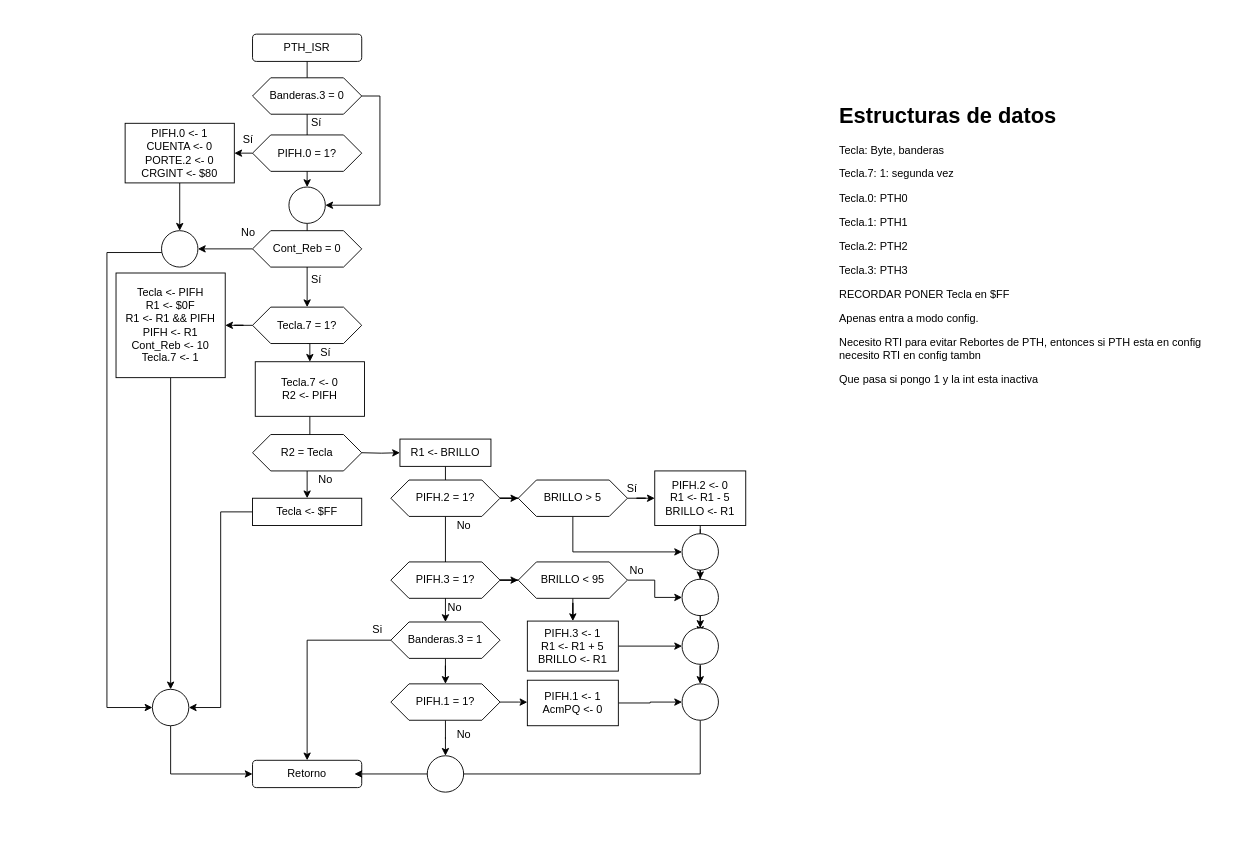
Above: Tarea 5/PTH_ISR.drawio in robz25/Microprocesadores (draw.io), before the change. Source tidied: cells renumbered, new cells numbered last; positions are measured from the earlier drawing's top-left corner, leaving out a move shared by most shapes. Both pictures are drawn from the tidied source at 91%, with x=0, y=0 at pixel (106, 34).
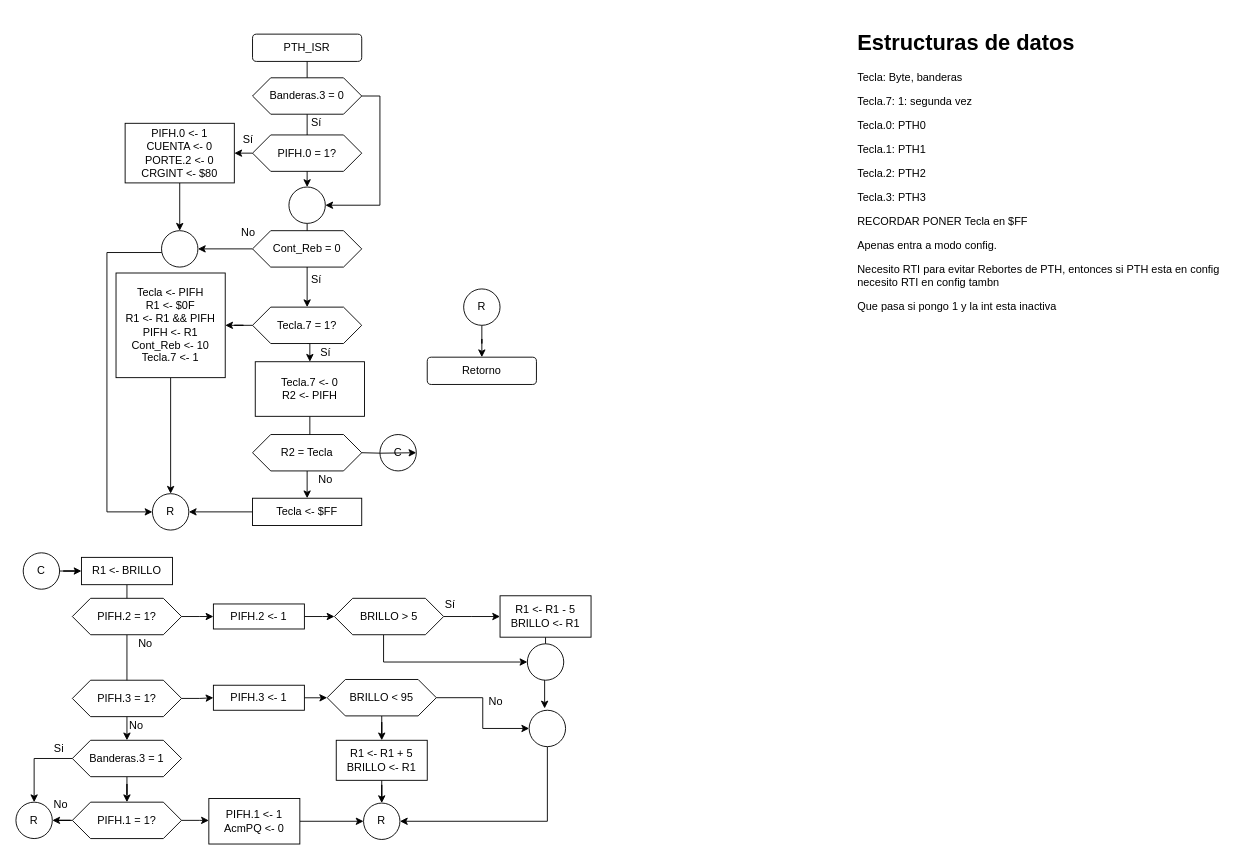
After the change.

The change refers to these unchanged cells:
```xml
<mxCell id="71" style="ellipse;whiteSpace=wrap;html=1;" parent="1" vertex="1">
  <mxGeometry x="60" y="216" width="40" height="40" as="geometry" />
</mxCell>
```

Diff of the diagram source:
```diff
@@
     <mxCell id="4" style="edgeStyle=orthogonalEdgeStyle;rounded=0;jettySize=auto;html=1;" parent="1" edge="1" source="6">
       <mxGeometry relative="1" as="geometry">
-        <mxPoint x="462" y="734.1" as="targetPoint" />
+        <mxPoint x="112" y="864.1" as="targetPoint" />
       </mxGeometry>
     </mxCell>
-    <mxCell id="5" style="edgeStyle=orthogonalEdgeStyle;rounded=0;jettySize=auto;html=1;" parent="1" edge="1" source="6" target="69">
-      <mxGeometry relative="1" as="geometry" />
-    </mxCell>
+    <mxCell id="78" style="edgeStyle=orthogonalEdgeStyle;rounded=0;jettySize=auto;html=1;" parent="1" edge="1" source="6" target="87">
+      <mxGeometry relative="1" as="geometry" />
+    </mxCell>
     <mxCell id="6" value="PIFH.1 = 1?" style="shape=hexagon;perimeter=hexagonPerimeter2;whiteSpace=wrap;html=1;fixedSize=1;" parent="1" vertex="1">
-      <mxGeometry x="312" y="714" width="120" height="40" as="geometry" />
+      <mxGeometry x="-38" y="844" width="120" height="40" as="geometry" />
     </mxCell>
@@
-    <mxCell id="8" style="edgeStyle=orthogonalEdgeStyle;rounded=0;jettySize=auto;html=1;" parent="1" edge="1" source="9" target="57">
+    <mxCell id="8" style="edgeStyle=orthogonalEdgeStyle;rounded=0;jettySize=auto;html=1;" parent="1" edge="1" source="83" target="57">
       <mxGeometry relative="1" as="geometry" />
     </mxCell>
     <mxCell id="9" value="PIFH.3 = 1?" style="shape=hexagon;perimeter=hexagonPerimeter2;whiteSpace=wrap;html=1;fixedSize=1;" parent="1" vertex="1">
-      <mxGeometry x="312" y="580" width="120" height="40" as="geometry" />
+      <mxGeometry x="-38" y="710" width="120" height="40" as="geometry" />
     </mxCell>
@@
     <mxCell id="12" value="Retorno" style="rounded=1;whiteSpace=wrap;html=1;" parent="1" vertex="1">
-      <mxGeometry x="160" y="798" width="120" height="30" as="geometry" />
+      <mxGeometry x="352" y="355" width="120" height="30" as="geometry" />
     </mxCell>
@@
-    <mxCell id="15" style="edgeStyle=orthogonalEdgeStyle;rounded=0;jettySize=auto;html=1;" parent="1" edge="1" source="33" target="43">
-      <mxGeometry relative="1" as="geometry" />
-    </mxCell>
     <mxCell id="16" value="&lt;h1&gt;Estructuras de datos&lt;br&gt;&lt;/h1&gt;&lt;p&gt;Tecla: Byte, banderas&lt;/p&gt;&lt;p&gt;Tecla.7: 1: segunda vez&lt;/p&gt;&lt;p&gt;Tecla.0: PTH0&lt;/p&gt;&lt;p&gt;Tecla.1: PTH1&lt;/p&gt;&lt;p&gt;Tecla.2: PTH2&lt;/p&gt;&lt;p&gt;Tecla.3: PTH3&lt;/p&gt;&lt;p&gt;RECORDAR PONER Tecla en $FF&lt;/p&gt;&lt;p&gt;Apenas entra a modo config.&lt;/p&gt;&lt;p&gt;Necesito RTI para evitar Rebortes de PTH, entonces si PTH esta en config necesito RTI en config tambn&lt;br&gt;&lt;/p&gt;&lt;p&gt;Que pasa si pongo 1 y la int esta inactiva&lt;br&gt;&lt;/p&gt;" style="text;html=1;strokeColor=none;fillColor=none;spacing=5;spacingTop=-20;whiteSpace=wrap;overflow=hidden;rounded=0;" parent="1" vertex="1">
-      <mxGeometry x="800" y="70" width="420" height="325" as="geometry" />
+      <mxGeometry x="820" y="-10" width="420" height="325" as="geometry" />
     </mxCell>
@@
-    <mxCell id="23" style="edgeStyle=orthogonalEdgeStyle;rounded=0;jettySize=auto;html=1;entryX=0;entryY=0.5;entryDx=0;entryDy=0;" parent="1" edge="1" source="24" target="12">
-      <mxGeometry relative="1" as="geometry">
-        <Array as="points">
-          <mxPoint x="70" y="813" />
-        </Array>
-      </mxGeometry>
-    </mxCell>
-    <mxCell id="24" style="ellipse;whiteSpace=wrap;html=1;" parent="1" vertex="1">
-      <mxGeometry x="50" y="720" width="40" height="40" as="geometry" />
+    <mxCell id="24" value="R" style="ellipse;whiteSpace=wrap;html=1;" parent="1" vertex="1">
+      <mxGeometry x="50" y="505" width="40" height="40" as="geometry" />
     </mxCell>
     <mxCell id="25" style="edgeStyle=orthogonalEdgeStyle;rounded=0;jettySize=auto;html=1;entryX=0;entryY=0.5;entryDx=0;entryDy=0;" parent="1" edge="1" source="71" target="24">
       <mxGeometry relative="1" as="geometry">
         <Array as="points">
           <mxPoint y="240" />
-          <mxPoint y="740" />
+          <mxPoint y="525" />
         </Array>
       </mxGeometry>
     </mxCell>
@@
+    <mxCell id="79" style="edgeStyle=orthogonalEdgeStyle;rounded=0;jettySize=auto;html=1;" parent="1" edge="1" source="33" target="61">
+      <mxGeometry relative="1" as="geometry" />
+    </mxCell>
     <mxCell id="33" value="&lt;div&gt;PIFH.1 &amp;lt;- 1&lt;/div&gt;&lt;div&gt;AcmPQ &amp;lt;- 0&lt;/div&gt;" style="rounded=0;whiteSpace=wrap;html=1;gradientColor=#ffffff;" parent="1" vertex="1">
-      <mxGeometry x="462" y="710" width="100" height="50" as="geometry" />
+      <mxGeometry x="112" y="840" width="100" height="50" as="geometry" />
     </mxCell>
-    <mxCell id="34" style="edgeStyle=orthogonalEdgeStyle;rounded=0;jettySize=auto;html=1;" parent="1" edge="1" source="36" target="12">
-      <mxGeometry relative="1" as="geometry" />
-    </mxCell>
@@
     <mxCell id="36" value="Banderas.3 = 1" style="shape=hexagon;perimeter=hexagonPerimeter2;whiteSpace=wrap;html=1;fixedSize=1;" parent="1" vertex="1">
-      <mxGeometry x="312" y="646" width="120" height="40" as="geometry" />
+      <mxGeometry x="-38" y="776" width="120" height="40" as="geometry" />
     </mxCell>
-    <mxCell id="37" style="edgeStyle=orthogonalEdgeStyle;rounded=0;jettySize=auto;html=1;" parent="1" edge="1" source="62" target="61">
-      <mxGeometry relative="1" as="geometry" />
-    </mxCell>
     <mxCell id="38" value="No" style="text;html=1;align=center;verticalAlign=middle;points=[];" parent="1" vertex="1">
-      <mxGeometry x="377" y="530" width="30" height="20" as="geometry" />
+      <mxGeometry x="27" y="660" width="30" height="20" as="geometry" />
     </mxCell>
     <mxCell id="39" value="No" style="text;html=1;align=center;verticalAlign=middle;" parent="1" vertex="1">
-      <mxGeometry x="367" y="620" width="30" height="20" as="geometry" />
+      <mxGeometry x="17" y="750" width="30" height="20" as="geometry" />
     </mxCell>
     <mxCell id="40" value="Si" style="text;html=1;align=center;verticalAlign=middle;" parent="1" vertex="1">
-      <mxGeometry x="282" y="645" width="30" height="20" as="geometry" />
+      <mxGeometry x="-68" y="775" width="30" height="20" as="geometry" />
     </mxCell>
     <mxCell id="41" value="No" style="text;html=1;align=center;verticalAlign=middle;" parent="1" vertex="1">
-      <mxGeometry x="377" y="760" width="30" height="20" as="geometry" />
+      <mxGeometry x="-66" y="836.5" width="30" height="20" as="geometry" />
     </mxCell>
-    <mxCell id="42" style="edgeStyle=orthogonalEdgeStyle;rounded=0;jettySize=auto;html=1;entryX=1;entryY=0.5;entryDx=0;entryDy=0;" parent="1" edge="1" source="43">
-      <mxGeometry relative="1" as="geometry">
-        <mxPoint x="272" y="813" as="targetPoint" />
-        <Array as="points">
-          <mxPoint x="652" y="813" />
-        </Array>
-      </mxGeometry>
-    </mxCell>
-    <mxCell id="43" style="ellipse;whiteSpace=wrap;html=1;" parent="1" vertex="1">
-      <mxGeometry x="632" y="714" width="40" height="40" as="geometry" />
-    </mxCell>
@@
-    <mxCell id="45" value="R1 &amp;lt;- BRILLO" style="rounded=0;whiteSpace=wrap;html=1;gradientColor=#ffffff;" parent="1" vertex="1">
-      <mxGeometry x="322" y="445" width="100" height="30" as="geometry" />
-    </mxCell>
-    <mxCell id="46" style="edgeStyle=orthogonalEdgeStyle;rounded=0;jettySize=auto;html=1;" parent="1" edge="1" target="45">
-      <mxGeometry relative="1" as="geometry">
-        <mxPoint x="280" y="460" as="sourcePoint" />
-      </mxGeometry>
-    </mxCell>
-    <mxCell id="47" style="edgeStyle=orthogonalEdgeStyle;rounded=0;jettySize=auto;html=1;" parent="1" edge="1" source="48" target="51">
+    <mxCell id="47" style="edgeStyle=orthogonalEdgeStyle;rounded=0;jettySize=auto;html=1;" parent="1" edge="1" source="81" target="51">
       <mxGeometry relative="1" as="geometry" />
     </mxCell>
     <mxCell id="48" value="PIFH.2 = 1?" style="shape=hexagon;perimeter=hexagonPerimeter2;whiteSpace=wrap;html=1;fixedSize=1;" parent="1" vertex="1">
-      <mxGeometry x="312" y="490" width="120" height="40" as="geometry" />
+      <mxGeometry x="-38" y="620" width="120" height="40" as="geometry" />
     </mxCell>
@@
     <mxCell id="50" style="edgeStyle=orthogonalEdgeStyle;rounded=0;jettySize=auto;html=1;entryX=0;entryY=0.5;entryDx=0;entryDy=0;" parent="1" edge="1" source="51" target="62">
       <mxGeometry relative="1" as="geometry">
         <Array as="points">
-          <mxPoint x="512" y="569" />
+          <mxPoint x="304" y="690" />
         </Array>
       </mxGeometry>
     </mxCell>
     <mxCell id="51" value="BRILLO &amp;gt; 5" style="shape=hexagon;perimeter=hexagonPerimeter2;whiteSpace=wrap;html=1;fixedSize=1;" parent="1" vertex="1">
-      <mxGeometry x="452" y="490" width="120" height="40" as="geometry" />
+      <mxGeometry x="250" y="620" width="120" height="40" as="geometry" />
     </mxCell>
-    <mxCell id="52" style="edgeStyle=orthogonalEdgeStyle;rounded=0;orthogonalLoop=1;jettySize=auto;html=1;" parent="1" edge="1">
-      <mxGeometry relative="1" as="geometry">
-        <mxPoint x="652" y="544" as="sourcePoint" />
-        <mxPoint x="652" y="659" as="targetPoint" />
-      </mxGeometry>
-    </mxCell>
-    <mxCell id="53" style="edgeStyle=orthogonalEdgeStyle;rounded=0;jettySize=auto;html=1;" parent="1" edge="1" source="54" target="63">
+    <mxCell id="53" style="edgeStyle=orthogonalEdgeStyle;rounded=0;jettySize=auto;html=1;entryX=0.425;entryY=-0.05;entryDx=0;entryDy=0;entryPerimeter=0;" parent="1" edge="1" source="54" target="63">
       <mxGeometry relative="1" as="geometry" />
     </mxCell>
-    <mxCell id="54" value="&lt;div&gt;PIFH.2 &amp;lt;- 0&lt;br&gt;&lt;/div&gt;&lt;div&gt;R1 &amp;lt;- R1 - 5&lt;/div&gt;&lt;div&gt;BRILLO &amp;lt;- R1&lt;br&gt;&lt;/div&gt;" style="rounded=0;whiteSpace=wrap;html=1;gradientColor=#ffffff;" parent="1" vertex="1">
-      <mxGeometry x="602" y="480" width="100" height="60" as="geometry" />
+    <mxCell id="54" value="&lt;div&gt;R1 &amp;lt;- R1 - 5&lt;/div&gt;&lt;div&gt;BRILLO &amp;lt;- R1&lt;br&gt;&lt;/div&gt;" style="rounded=0;whiteSpace=wrap;html=1;gradientColor=#ffffff;" parent="1" vertex="1">
+      <mxGeometry x="432" y="617.2" width="100" height="45.5" as="geometry" />
     </mxCell>
@@
     <mxCell id="57" value="BRILLO &amp;lt; 95" style="shape=hexagon;perimeter=hexagonPerimeter2;whiteSpace=wrap;html=1;fixedSize=1;" parent="1" vertex="1">
-      <mxGeometry x="452" y="580" width="120" height="40" as="geometry" />
+      <mxGeometry x="242" y="709.2" width="120" height="40" as="geometry" />
     </mxCell>
@@
-    <mxCell id="59" value="&lt;div&gt;PIFH.3 &amp;lt;- 1&lt;br&gt;&lt;/div&gt;&lt;div&gt;R1 &amp;lt;- R1 + 5&lt;/div&gt;&lt;div&gt;BRILLO &amp;lt;- R1&lt;br&gt;&lt;/div&gt;" style="rounded=0;whiteSpace=wrap;html=1;gradientColor=#ffffff;" parent="1" vertex="1">
-      <mxGeometry x="462" y="645" width="100" height="55" as="geometry" />
+    <mxCell id="59" value="&lt;div&gt;R1 &amp;lt;- R1 + 5&lt;/div&gt;&lt;div&gt;BRILLO &amp;lt;- R1&lt;br&gt;&lt;/div&gt;" style="rounded=0;whiteSpace=wrap;html=1;gradientColor=#ffffff;" parent="1" vertex="1">
+      <mxGeometry x="252" y="776" width="100" height="44" as="geometry" />
     </mxCell>
-    <mxCell id="60" style="edgeStyle=orthogonalEdgeStyle;rounded=0;jettySize=auto;html=1;" parent="1" edge="1" source="61" target="43">
-      <mxGeometry relative="1" as="geometry" />
-    </mxCell>
-    <mxCell id="61" style="ellipse;whiteSpace=wrap;html=1;" parent="1" vertex="1">
-      <mxGeometry x="632" y="652.5" width="40" height="40" as="geometry" />
+    <mxCell id="61" value="R" style="ellipse;whiteSpace=wrap;html=1;" parent="1" vertex="1">
+      <mxGeometry x="282" y="845" width="40" height="40" as="geometry" />
     </mxCell>
-    <mxCell id="62" style="ellipse;whiteSpace=wrap;html=1;" parent="1" vertex="1">
-      <mxGeometry x="632" y="549" width="40" height="40" as="geometry" />
-    </mxCell>
+    <mxCell id="80" style="edgeStyle=orthogonalEdgeStyle;rounded=0;jettySize=auto;html=1;entryX=1;entryY=0.5;entryDx=0;entryDy=0;" parent="1" edge="1" source="63" target="61">
+      <mxGeometry relative="1" as="geometry">
+        <Array as="points">
+          <mxPoint x="484" y="865" />
+        </Array>
+      </mxGeometry>
+    </mxCell>
     <mxCell id="63" style="ellipse;whiteSpace=wrap;html=1;" parent="1" vertex="1">
-      <mxGeometry x="632" y="599" width="40" height="40" as="geometry" />
+      <mxGeometry x="464" y="743" width="40" height="40" as="geometry" />
     </mxCell>
     <mxCell id="64" value="No" style="text;html=1;align=center;verticalAlign=middle;" parent="1" vertex="1">
-      <mxGeometry x="567" y="580" width="30" height="20" as="geometry" />
+      <mxGeometry x="412" y="724" width="30" height="20" as="geometry" />
     </mxCell>
     <mxCell id="65" value="Sí" style="text;html=1;align=center;verticalAlign=middle;" parent="1" vertex="1">
-      <mxGeometry x="562" y="490" width="30" height="20" as="geometry" />
+      <mxGeometry x="362" y="617.2" width="30" height="20" as="geometry" />
     </mxCell>
@@
-    <mxCell id="69" style="ellipse;whiteSpace=wrap;html=1;" parent="1" vertex="1">
-      <mxGeometry x="352" y="793" width="40" height="40" as="geometry" />
-    </mxCell>
@@
+    <mxCell id="81" value="&lt;div&gt;PIFH.2 &amp;lt;- 1&lt;br&gt;&lt;/div&gt;" style="rounded=0;whiteSpace=wrap;html=1;gradientColor=#ffffff;" parent="1" vertex="1">
+      <mxGeometry x="117" y="626.2" width="100" height="27.5" as="geometry" />
+    </mxCell>
+    <mxCell id="82" style="edgeStyle=orthogonalEdgeStyle;rounded=0;jettySize=auto;html=1;" parent="1" edge="1" source="48" target="81">
+      <mxGeometry relative="1" as="geometry" />
+    </mxCell>
+    <mxCell id="83" value="&lt;div&gt;PIFH.3 &amp;lt;- 1&lt;br&gt;&lt;/div&gt;" style="rounded=0;whiteSpace=wrap;html=1;gradientColor=#ffffff;" parent="1" vertex="1">
+      <mxGeometry x="117" y="715.5" width="100" height="27.5" as="geometry" />
+    </mxCell>
+    <mxCell id="84" style="edgeStyle=orthogonalEdgeStyle;rounded=0;jettySize=auto;html=1;" parent="1" edge="1" source="9" target="83">
+      <mxGeometry relative="1" as="geometry" />
+    </mxCell>
+    <mxCell id="85" style="edgeStyle=orthogonalEdgeStyle;rounded=0;jettySize=auto;html=1;" parent="1" edge="1" source="86" target="12">
+      <mxGeometry relative="1" as="geometry" />
+    </mxCell>
+    <mxCell id="86" value="R" style="ellipse;whiteSpace=wrap;html=1;" parent="1" vertex="1">
+      <mxGeometry x="392" y="280" width="40" height="40" as="geometry" />
+    </mxCell>
+    <mxCell id="87" value="R" style="ellipse;whiteSpace=wrap;html=1;" parent="1" vertex="1">
+      <mxGeometry x="-100" y="844" width="40" height="40" as="geometry" />
+    </mxCell>
+    <mxCell id="88" style="edgeStyle=orthogonalEdgeStyle;rounded=0;jettySize=auto;html=1;" parent="1" edge="1" source="36" target="87">
+      <mxGeometry relative="1" as="geometry" />
+    </mxCell>
+    <mxCell id="89" value="C" style="ellipse;whiteSpace=wrap;html=1;" parent="1" vertex="1">
+      <mxGeometry x="300" y="440" width="40" height="40" as="geometry" />
+    </mxCell>
+    <mxCell id="90" style="edgeStyle=orthogonalEdgeStyle;rounded=0;jettySize=auto;html=1;" parent="1" edge="1" target="89">
+      <mxGeometry relative="1" as="geometry">
+        <mxPoint x="280" y="460" as="sourcePoint" />
+      </mxGeometry>
+    </mxCell>
+    <mxCell id="91" style="edgeStyle=orthogonalEdgeStyle;rounded=0;jettySize=auto;html=1;" parent="1" edge="1" source="92" target="45">
+      <mxGeometry relative="1" as="geometry" />
+    </mxCell>
+    <mxCell id="92" value="C" style="ellipse;whiteSpace=wrap;html=1;" parent="1" vertex="1">
+      <mxGeometry x="-92" y="570" width="40" height="40" as="geometry" />
+    </mxCell>
+    <mxCell id="45" value="R1 &amp;lt;- BRILLO" style="rounded=0;whiteSpace=wrap;html=1;gradientColor=#ffffff;" parent="1" vertex="1">
+      <mxGeometry x="-28" y="575" width="100" height="30" as="geometry" />
+    </mxCell>
+    <mxCell id="62" style="ellipse;whiteSpace=wrap;html=1;" parent="1" vertex="1">
+      <mxGeometry x="462" y="670" width="40" height="40" as="geometry" />
+    </mxCell>
```
